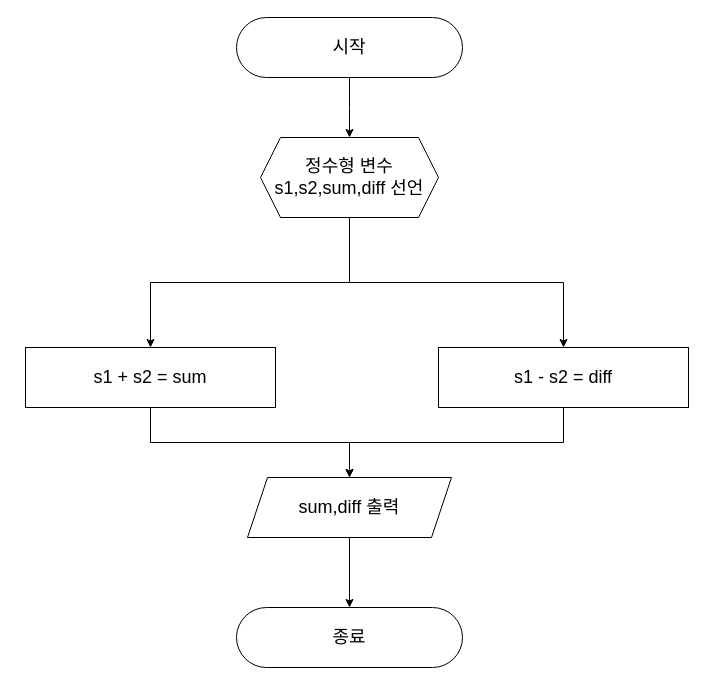
slskdu/HTML keeps this draw.io diagram as 제목 없는 다이어그램.drawio. Above is the earlier version. Source tidied: cells renumbered, new cells numbered last; positions are measured from the earlier drawing's top-left corner, leaving out a move shared by most shapes. Both pictures are drawn from the tidied source at 100%, with x=0, y=0 at pixel (25, 17).
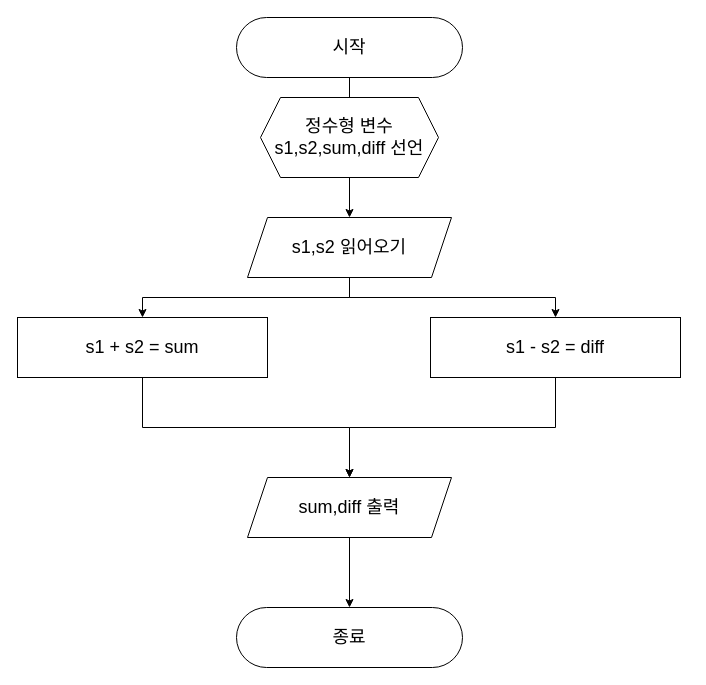
The same page after the edit.

What changed in the source:
```diff
@@
 <mxGraphModel>
   <root>
     <mxCell id="0" />
     <mxCell id="1" parent="0" />
     <mxCell id="2" style="edgeStyle=orthogonalEdgeStyle;rounded=0;jettySize=auto;html=1;fontSize=18;" parent="1" edge="1" source="3">
       <mxGeometry relative="1" as="geometry">
         <mxPoint x="324" y="120" as="targetPoint" />
       </mxGeometry>
     </mxCell>
     <mxCell id="3" value="시작" style="rounded=1;whiteSpace=wrap;html=1;arcSize=50;fontSize=18;" parent="1" vertex="1">
       <mxGeometry x="211" width="226" height="60" as="geometry" />
     </mxCell>
-    <mxCell id="4" style="edgeStyle=orthogonalEdgeStyle;rounded=0;jettySize=auto;html=1;entryX=0.5;entryY=0;entryDx=0;entryDy=0;exitX=0.5;exitY=1;exitDx=0;exitDy=0;fontSize=18;" parent="1" edge="1" source="6" target="8">
-      <mxGeometry relative="1" as="geometry" />
-    </mxCell>
-    <mxCell id="5" style="edgeStyle=orthogonalEdgeStyle;rounded=0;jettySize=auto;html=1;fontSize=18;" parent="1" edge="1" source="6" target="10">
-      <mxGeometry relative="1" as="geometry" />
-    </mxCell>
+    <mxCell id="14" style="edgeStyle=orthogonalEdgeStyle;rounded=0;jettySize=auto;html=1;entryX=0.5;entryY=0;entryDx=0;entryDy=0;" parent="1" edge="1" source="6" target="17">
+      <mxGeometry relative="1" as="geometry" />
+    </mxCell>
     <mxCell id="6" value="정수형 변수 s1,s2,sum,diff 선언" style="shape=hexagon;perimeter=hexagonPerimeter2;whiteSpace=wrap;html=1;fixedSize=1;fontSize=18;" parent="1" vertex="1">
-      <mxGeometry x="235" y="120" width="178" height="80" as="geometry" />
+      <mxGeometry x="235" y="80" width="178" height="80" as="geometry" />
     </mxCell>
     <mxCell id="7" style="edgeStyle=orthogonalEdgeStyle;rounded=0;jettySize=auto;html=1;entryX=0.5;entryY=0;entryDx=0;entryDy=0;" parent="1" edge="1" source="8" target="12">
       <mxGeometry relative="1" as="geometry" />
     </mxCell>
     <mxCell id="8" value="s1 + s2 = sum" style="rounded=0;whiteSpace=wrap;html=1;fontSize=18;" parent="1" vertex="1">
-      <mxGeometry y="330" width="250" height="60" as="geometry" />
+      <mxGeometry x="-8" y="300" width="250" height="60" as="geometry" />
     </mxCell>
     <mxCell id="9" style="edgeStyle=orthogonalEdgeStyle;rounded=0;jettySize=auto;html=1;entryX=0.5;entryY=0;entryDx=0;entryDy=0;" parent="1" edge="1" source="10" target="12">
       <mxGeometry relative="1" as="geometry" />
     </mxCell>
     <mxCell id="10" value="s1 - s2 = diff" style="rounded=0;whiteSpace=wrap;html=1;fontSize=18;" parent="1" vertex="1">
-      <mxGeometry x="413" y="330" width="250" height="60" as="geometry" />
+      <mxGeometry x="405" y="300" width="250" height="60" as="geometry" />
     </mxCell>
     <mxCell id="11" style="edgeStyle=orthogonalEdgeStyle;rounded=0;jettySize=auto;html=1;entryX=0.5;entryY=0;entryDx=0;entryDy=0;" parent="1" edge="1" source="12" target="13">
       <mxGeometry relative="1" as="geometry" />
     </mxCell>
     <mxCell id="12" value="sum,diff 출력" style="shape=parallelogram;perimeter=parallelogramPerimeter;whiteSpace=wrap;html=1;fixedSize=1;fontSize=18;" parent="1" vertex="1">
       <mxGeometry x="222" y="460" width="204" height="60" as="geometry" />
     </mxCell>
     <mxCell id="13" value="종료" style="rounded=1;whiteSpace=wrap;html=1;arcSize=50;fontSize=18;" parent="1" vertex="1">
       <mxGeometry x="211" y="590" width="226" height="60" as="geometry" />
     </mxCell>
+    <mxCell id="15" style="edgeStyle=orthogonalEdgeStyle;rounded=0;jettySize=auto;html=1;entryX=0.5;entryY=0;entryDx=0;entryDy=0;" parent="1" edge="1" source="17" target="8">
+      <mxGeometry relative="1" as="geometry" />
+    </mxCell>
+    <mxCell id="16" style="edgeStyle=orthogonalEdgeStyle;rounded=0;jettySize=auto;html=1;" parent="1" edge="1" source="17" target="10">
+      <mxGeometry relative="1" as="geometry" />
+    </mxCell>
+    <mxCell id="17" value="s1,s2 읽어오기" style="shape=parallelogram;perimeter=parallelogramPerimeter;whiteSpace=wrap;html=1;fixedSize=1;fontSize=18;" parent="1" vertex="1">
+      <mxGeometry x="222" y="200" width="204" height="60" as="geometry" />
+    </mxCell>
   </root>
 </mxGraphModel>
```
